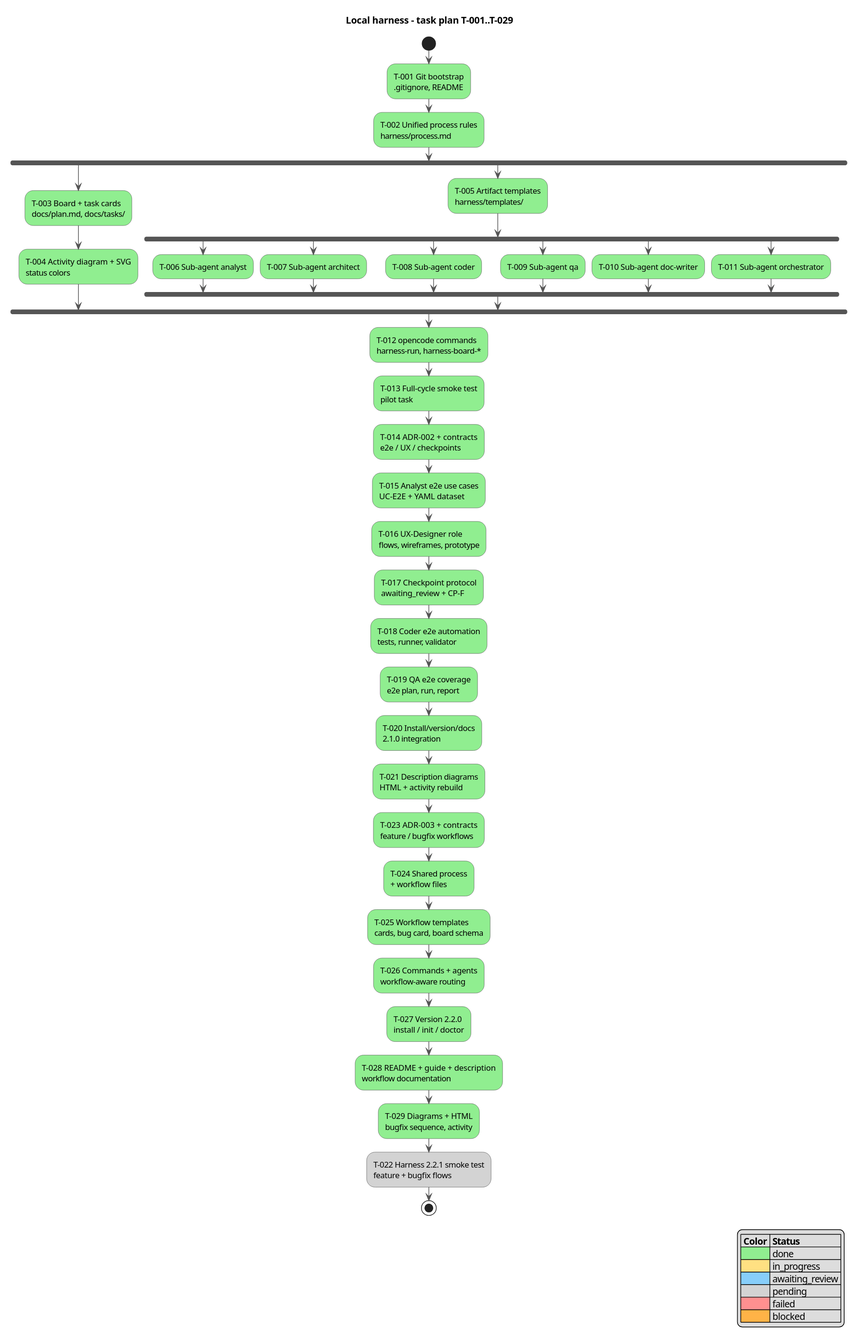
Before: docs/activity.svg, a diagram exported from PlantUML (serge-sasov/harness).
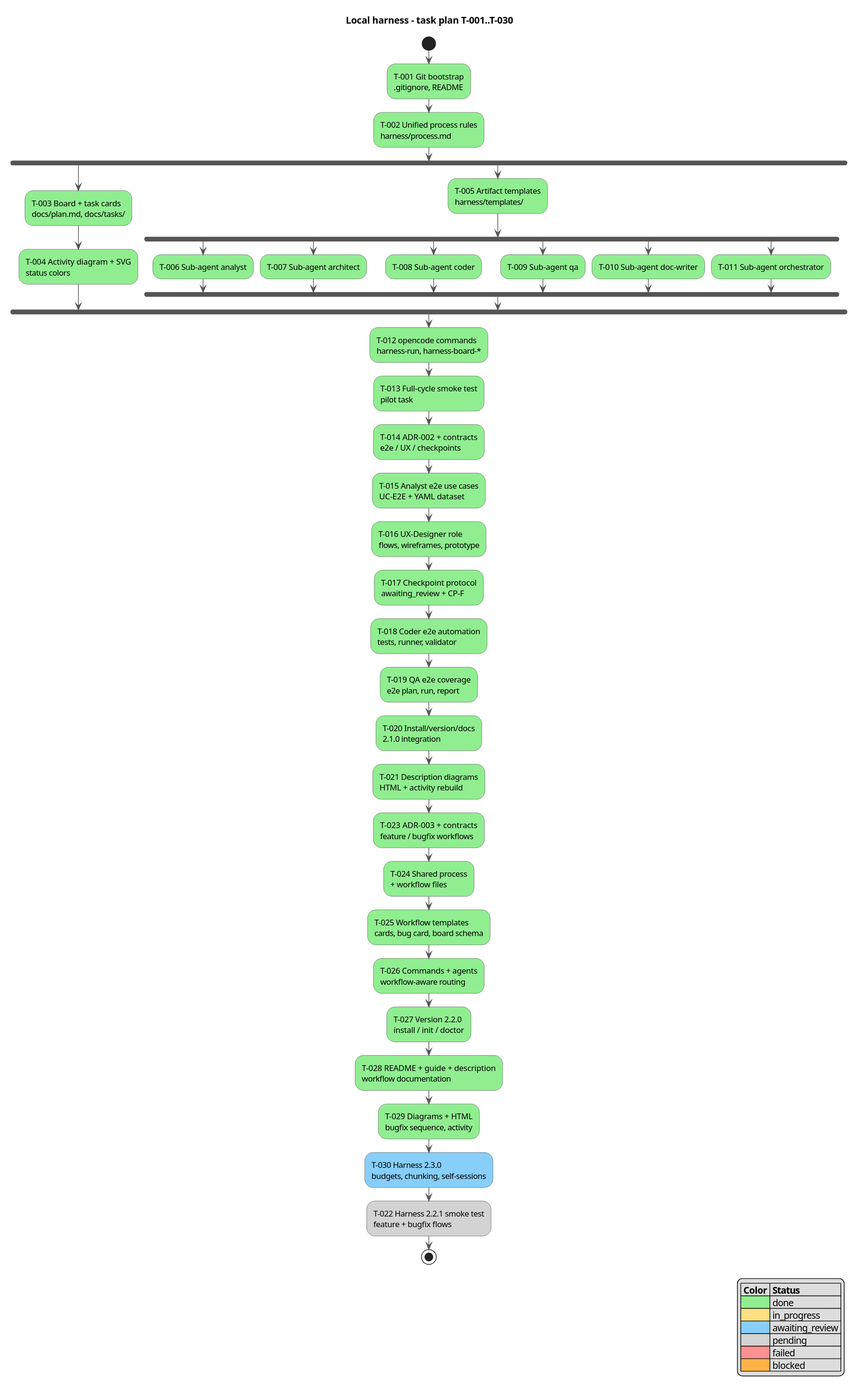
After the change.

Change to the diagram source:
```diff
@@ -3,7 +3,7 @@
 skinparam ActivityBackgroundColor #FFFFFF
 skinparam ActivityBorderColor #555555
 skinparam ArrowColor #555555
-title Local harness - task plan T-001..T-029
+title Local harness - task plan T-001..T-030
 
 start
 :T-001 Git bootstrap\n.gitignore, README; <<#90EE90>>
@@ -44,6 +44,7 @@
 :T-027 Version 2.2.0\ninstall / init / doctor; <<#90EE90>>
 :T-028 README + guide + description\nworkflow documentation; <<#90EE90>>
 :T-029 Diagrams + HTML\nbugfix sequence, activity; <<#90EE90>>
+:T-030 Harness 2.3.0\nbudgets, chunking, self-sessions; <<#87CEFA>>
 :T-022 Harness 2.2.1 smoke test\nfeature + bugfix flows; <<#D3D3D3>>
 stop
 
```
